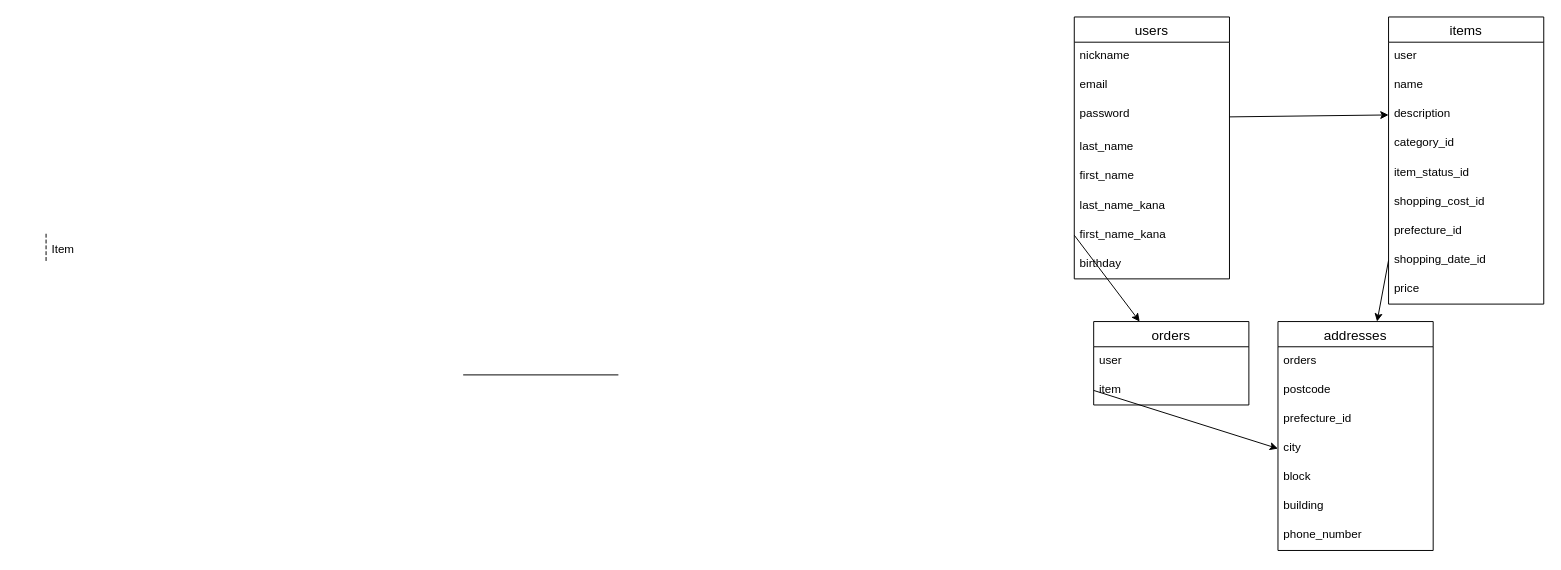
Before: test.dio in HoneyTgs/furima-38290, a draw.io diagram. Source tidied: cells renumbered, new cells numbered last; positions are measured from the earlier drawing's top-left corner, leaving out a move shared by most shapes. Both pictures are drawn from the tidied source at 97%, with x=0, y=0 at pixel (16, 16).
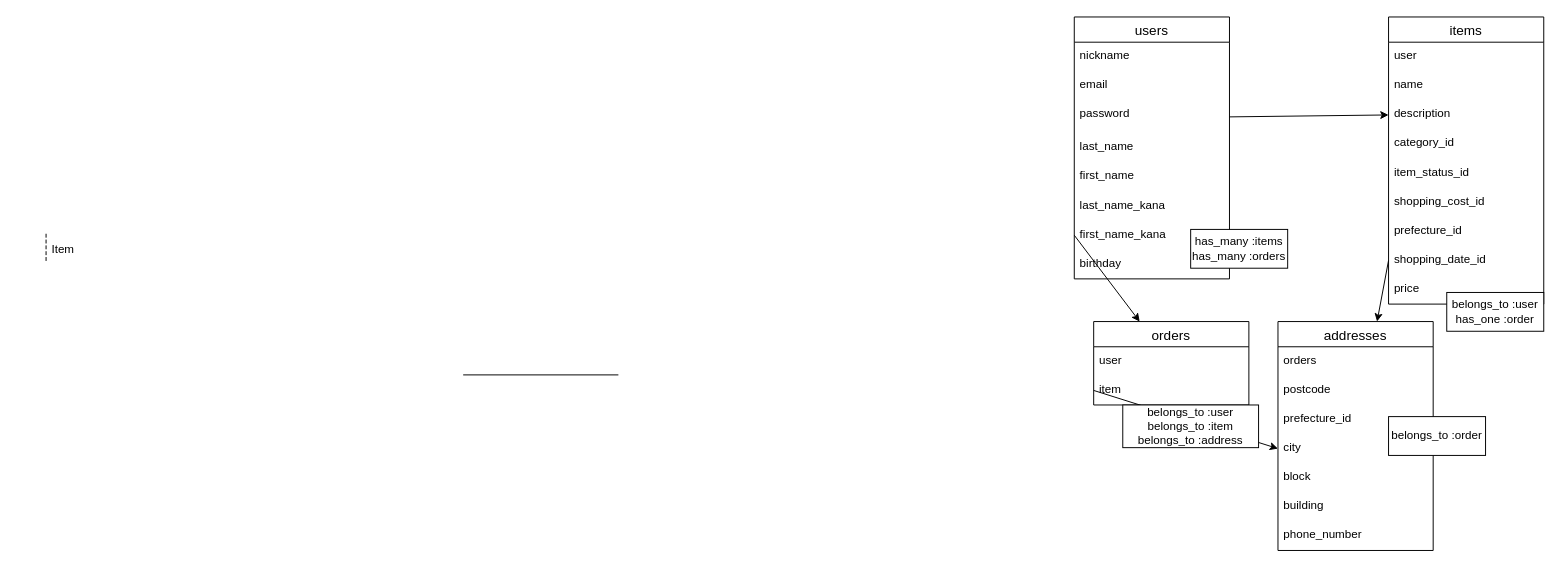
The same diagram, later.

The edit, as a diff of the source:
```diff
@@
+    <mxCell id="40" value="has_many :items&lt;br&gt;has_many :orders" style="whiteSpace=wrap;html=1;align=center;" parent="1" vertex="1">
+      <mxGeometry x="1210" y="219" width="100" height="40" as="geometry" />
+    </mxCell>
+    <mxCell id="41" value="belongs_to :user&lt;br&gt;has_one :order" style="whiteSpace=wrap;html=1;align=center;" parent="1" vertex="1">
+      <mxGeometry x="1474" y="284" width="100" height="40" as="geometry" />
+    </mxCell>
+    <mxCell id="42" value="belongs_to :user&lt;br&gt;belongs_to :item&lt;br&gt;belongs_to :address" style="whiteSpace=wrap;html=1;align=center;" parent="1" vertex="1">
+      <mxGeometry x="1140" y="400" width="140" height="44" as="geometry" />
+    </mxCell>
+    <mxCell id="43" value="belongs_to :order" style="whiteSpace=wrap;html=1;align=center;" parent="1" vertex="1">
+      <mxGeometry x="1414" y="412" width="100" height="40" as="geometry" />
+    </mxCell>
```
